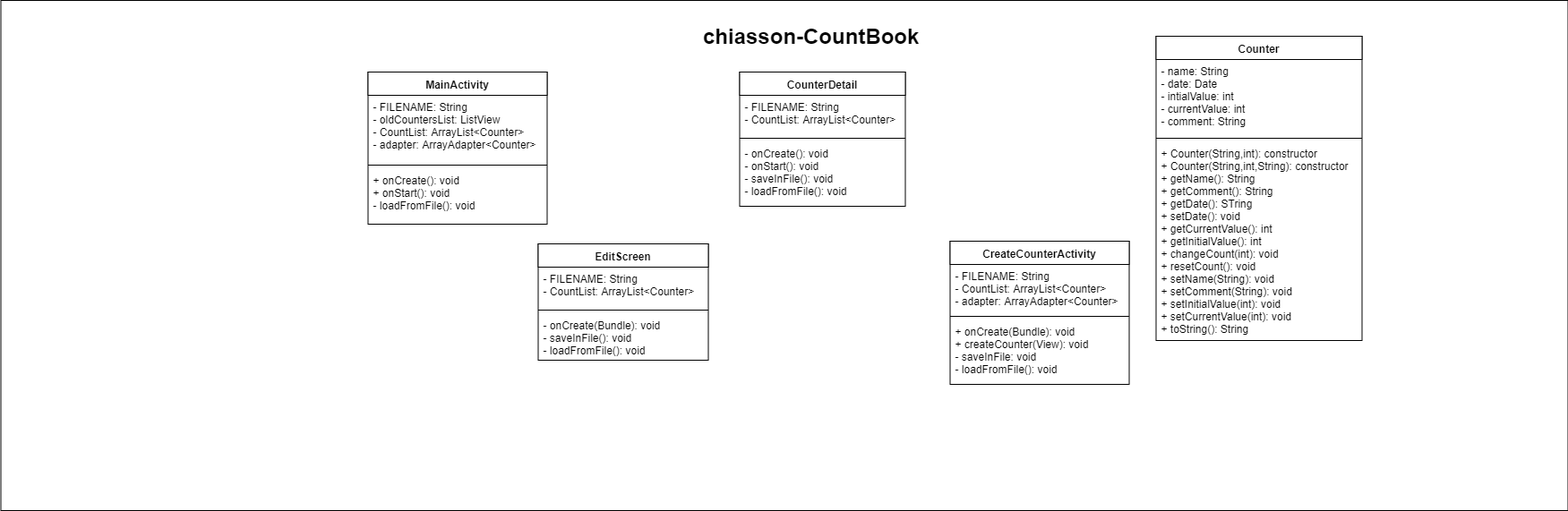
This is doc/chiasson-CountBook.png from cchiasson/CountBook, a draw.io export, as it was before one commit. Source tidied: cells renumbered, new cells last; positions are measured from the earlier drawing's top-left corner, leaving out a move shared by most shapes.
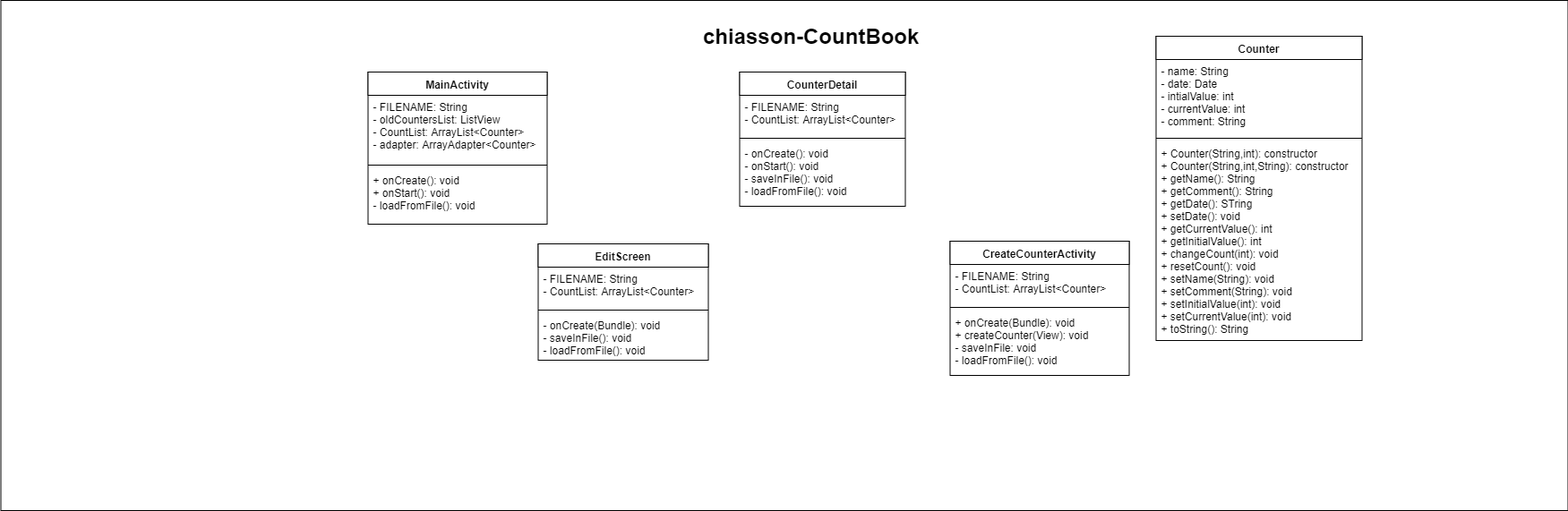
Later version of the same file.

Change to the diagram source:
```diff
@@ -45,16 +45,16 @@
       <mxGeometry y="78" width="190" height="52" as="geometry" />
     </mxCell>
     <mxCell id="16" value="CreateCounterActivity" style="swimlane;fontStyle=1;align=center;verticalAlign=top;horizontal=1;startSize=26;swimlaneFillColor=#ffffff;" parent="1" vertex="1">
-      <mxGeometry x="1060" y="269" width="200" height="160" as="geometry" />
+      <mxGeometry x="1060" y="269" width="200" height="150" as="geometry" />
     </mxCell>
-    <mxCell id="17" value="- FILENAME: String&#10;- CountList: ArrayList&lt;Counter&gt;&#10;- adapter: ArrayAdapter&lt;Counter&gt;" style="text;strokeColor=none;fillColor=none;align=left;verticalAlign=top;spacingLeft=4;spacingRight=4;overflow=hidden;" parent="16" vertex="1">
-      <mxGeometry y="26" width="200" height="54" as="geometry" />
+    <mxCell id="17" value="- FILENAME: String&#10;- CountList: ArrayList&lt;Counter&gt;" style="text;strokeColor=none;fillColor=none;align=left;verticalAlign=top;spacingLeft=4;spacingRight=4;overflow=hidden;" parent="16" vertex="1">
+      <mxGeometry y="26" width="200" height="44" as="geometry" />
     </mxCell>
     <mxCell id="18" style="line;strokeWidth=1;fillColor=none;align=left;verticalAlign=middle;spacingTop=-1;spacingLeft=3;spacingRight=3;labelPosition=right;" parent="16" vertex="1">
-      <mxGeometry y="80" width="200" height="8" as="geometry" />
+      <mxGeometry y="70" width="200" height="8" as="geometry" />
     </mxCell>
     <mxCell id="19" value="+ onCreate(Bundle): void&#10;+ createCounter(View): void&#10;- saveInFile: void&#10;- loadFromFile(): void" style="text;strokeColor=none;fillColor=none;align=left;verticalAlign=top;spacingLeft=4;spacingRight=4;overflow=hidden;" parent="16" vertex="1">
-      <mxGeometry y="88" width="200" height="72" as="geometry" />
+      <mxGeometry y="78" width="200" height="72" as="geometry" />
     </mxCell>
     <mxCell id="20" value="Counter" style="swimlane;fontStyle=1;align=center;verticalAlign=top;horizontal=1;startSize=26;swimlaneFillColor=#ffffff;" parent="1" vertex="1">
       <mxGeometry x="1290" y="40" width="230" height="340" as="geometry" />
```
